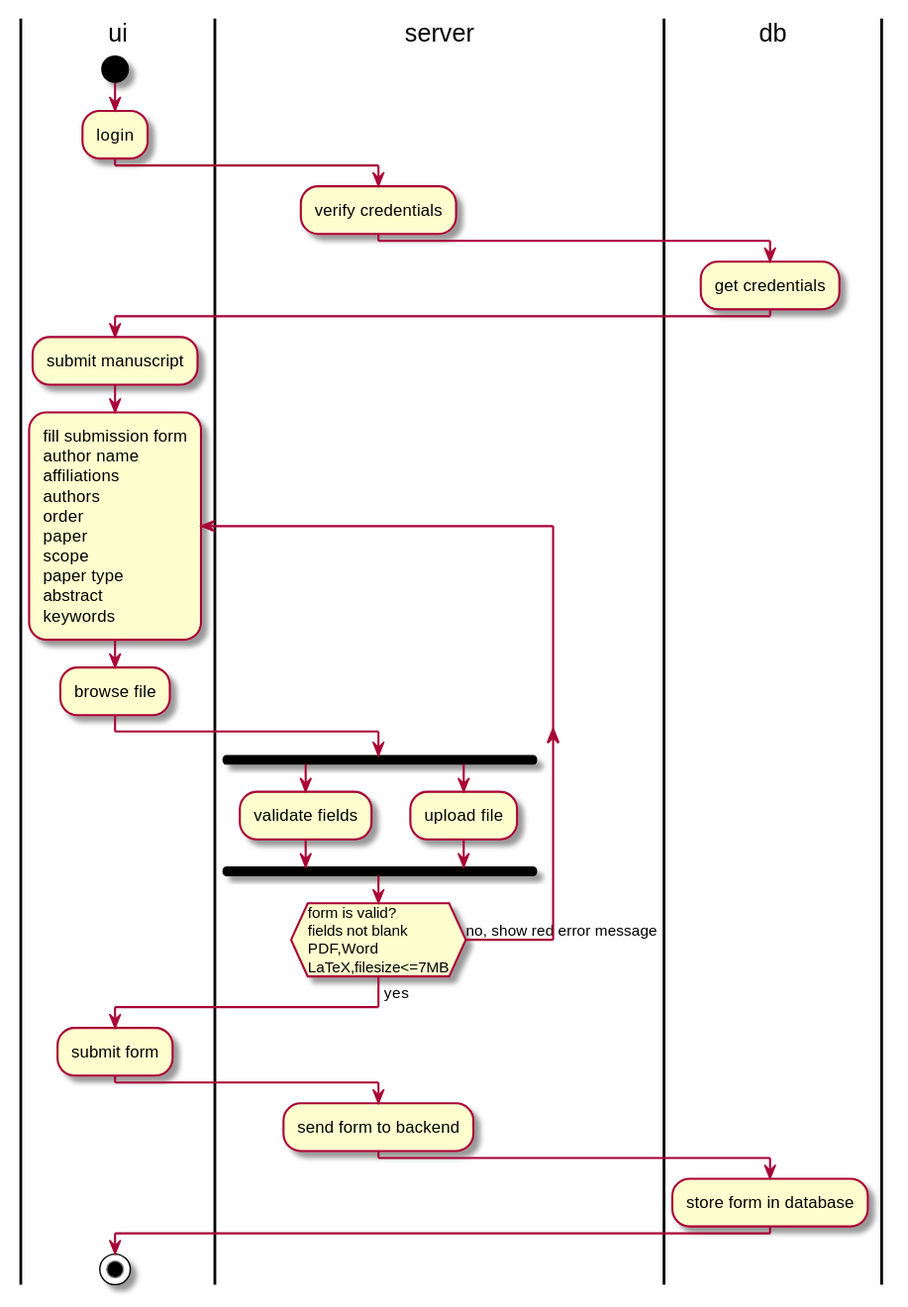
The PlantUML diagram lab/lab3/activity1.svg in Arunscape/ECE493, before a commit.
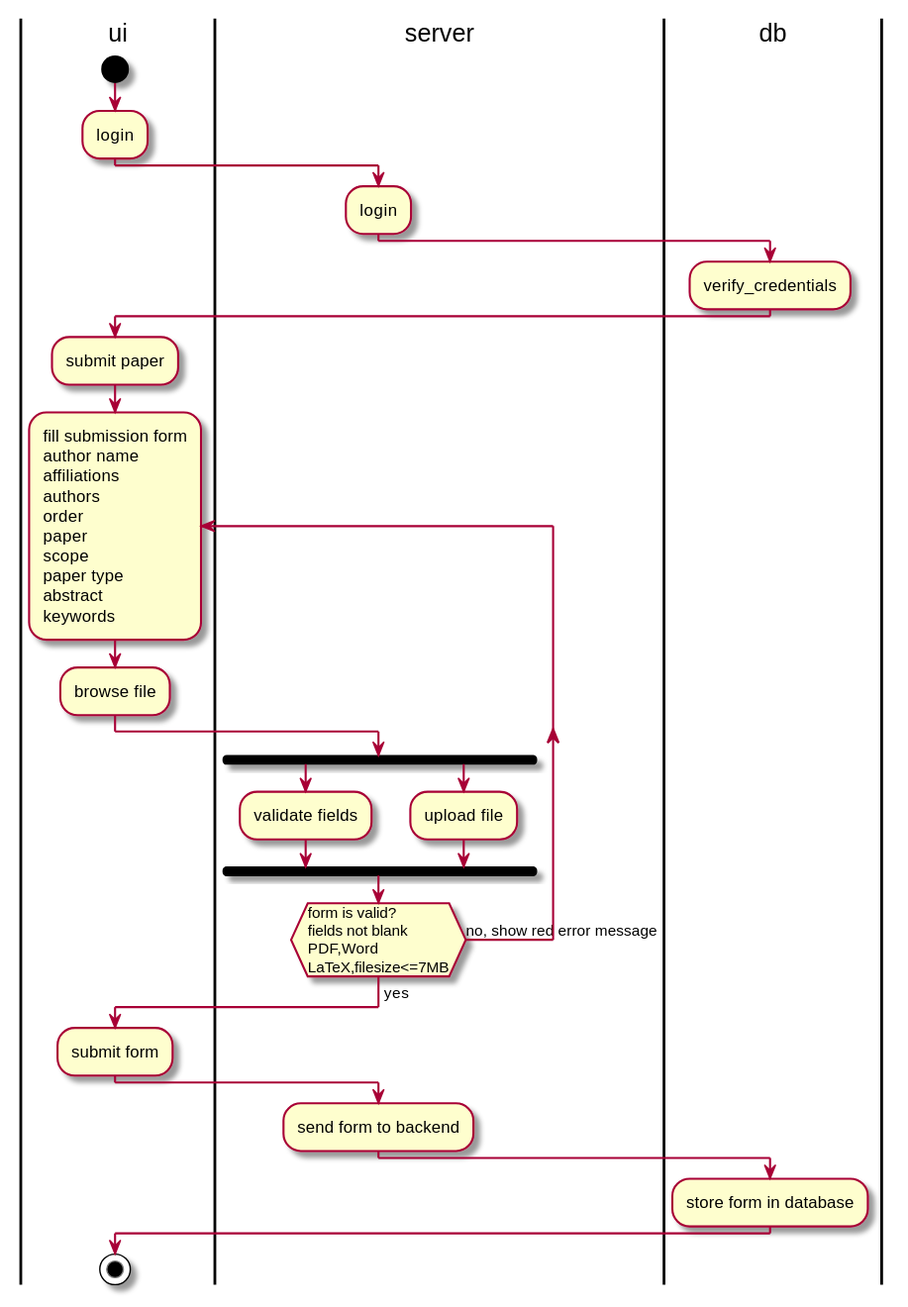
Above is the later version.

Change to the diagram source:
```diff
@@ -4,13 +4,13 @@
 :login;
 
 |server|
-:verify credentials;
+:login;
 
 |db|
-:get credentials;
+:verify_credentials;
 
 |ui|
-:submit manuscript;
+:submit paper;
 
 
 |ui|
```
